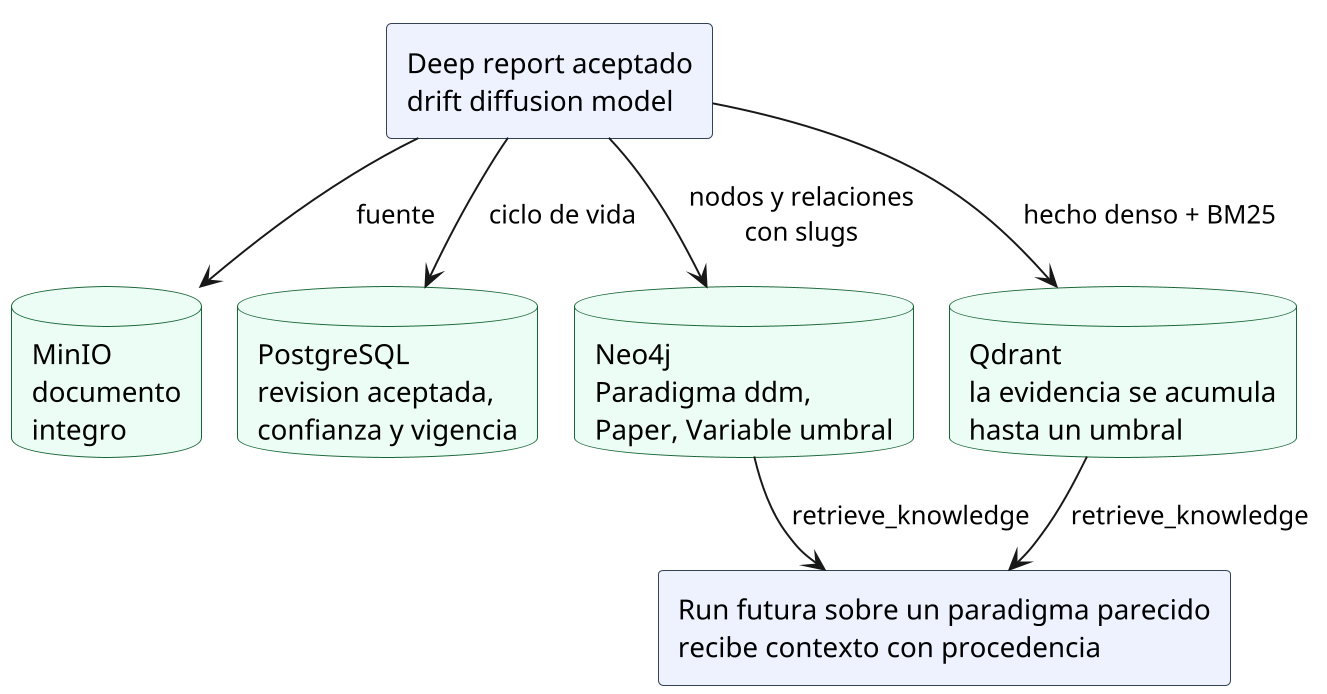
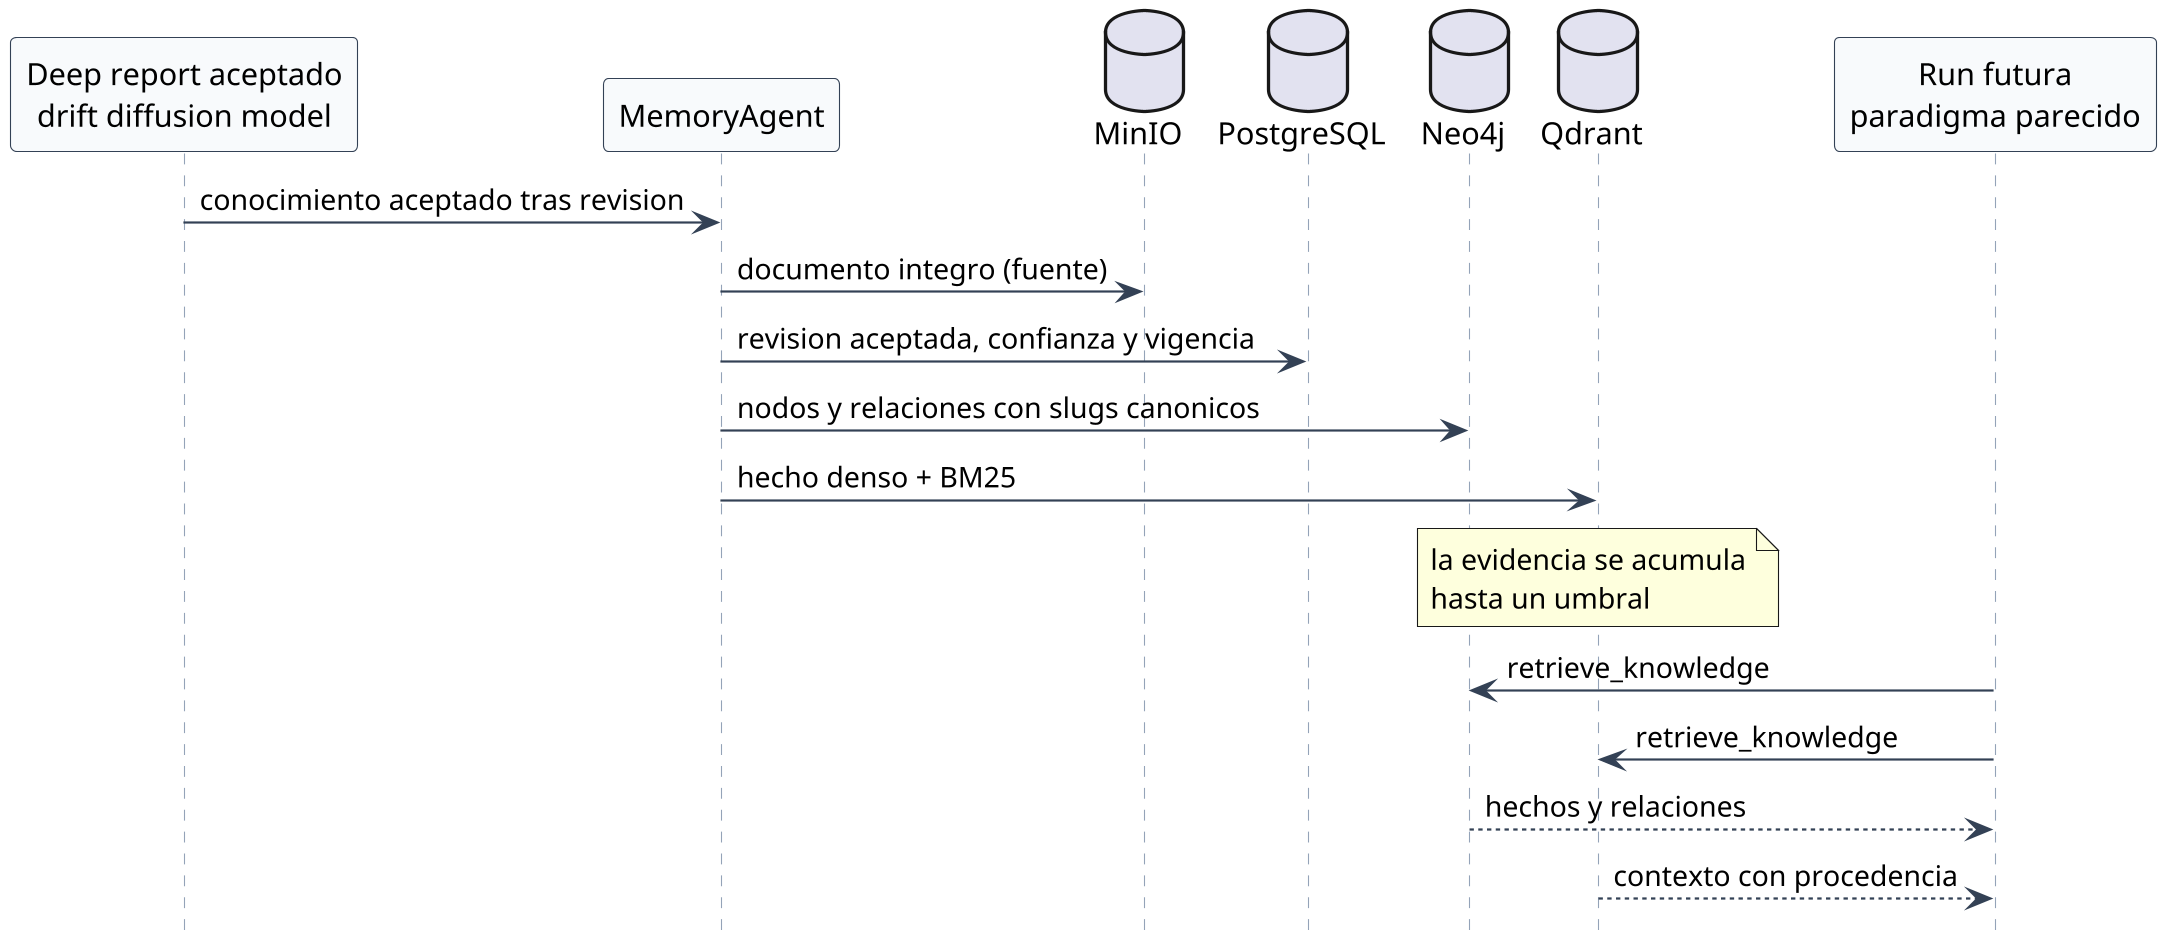
@startuml
- !pragma layout smetana
- top to bottom direction
+ !pragma teoz true
+ hide footbox
skinparam backgroundColor white
- skinparam dpi 190
+ skinparam dpi 210
skinparam shadowing false
skinparam defaultFontName Helvetica
- skinparam componentStyle rectangle
- skinparam packageStyle rectangle
- skinparam component {
-   BorderColor #334155
-   BackgroundColor #EEF2FF
- }
- skinparam database {
-   BorderColor #166534
-   BackgroundColor #ECFDF5
+ skinparam sequence {
+   ArrowColor #334155
+   LifeLineBorderColor #94A3B8
+   ParticipantBorderColor #334155
+   ParticipantBackgroundColor #F8FAFC
+   ActorBorderColor #334155
+   ActorBackgroundColor #ECFEFF
+   DatabaseBorderColor #166534
+   DatabaseBackgroundColor #ECFDF5
}

- component "Deep report aceptado\ndrift diffusion model" as Art
+ participant "Deep report aceptado\ndrift diffusion model" as Art
+ participant "MemoryAgent" as Memory
+ database "MinIO" as MinIO
+ database "PostgreSQL" as PG
+ database "Neo4j" as Neo
+ database "Qdrant" as Qd
+ participant "Run futura\nparadigma parecido" as Run

- database "MinIO\ndocumento\nintegro" as MinIO
- database "PostgreSQL\nrevision aceptada,\nconfianza y vigencia" as PG
- database "Neo4j\nParadigma ddm,\nPaper, Variable umbral" as Neo
- database "Qdrant\nla evidencia se acumula\nhasta un umbral" as Qd
+ Art -> Memory : conocimiento aceptado tras revision
+ Memory -> MinIO : documento integro (fuente)
+ Memory -> PG : revision aceptada, confianza y vigencia
+ Memory -> Neo : nodos y relaciones con slugs canonicos
+ Memory -> Qd : hecho denso + BM25
+ note over Qd : la evidencia se acumula\nhasta un umbral

- component "Run futura sobre un paradigma parecido\nrecibe contexto con procedencia" as Run
- 
- Art -down-> MinIO : fuente
- Art -down-> PG : ciclo de vida
- Art -down-> Neo : nodos y relaciones\ncon slugs
- Art -down-> Qd : hecho denso + BM25
- 
- Neo -down-> Run : retrieve_knowledge
- Qd -down-> Run : retrieve_knowledge
- 
- MinIO -[hidden]right- PG
- PG -[hidden]right- Neo
- Neo -[hidden]right- Qd
+ Run -> Neo : retrieve_knowledge
+ Run -> Qd : retrieve_knowledge
+ Neo --> Run : hechos y relaciones
+ Qd --> Run : contexto con procedencia
@enduml
